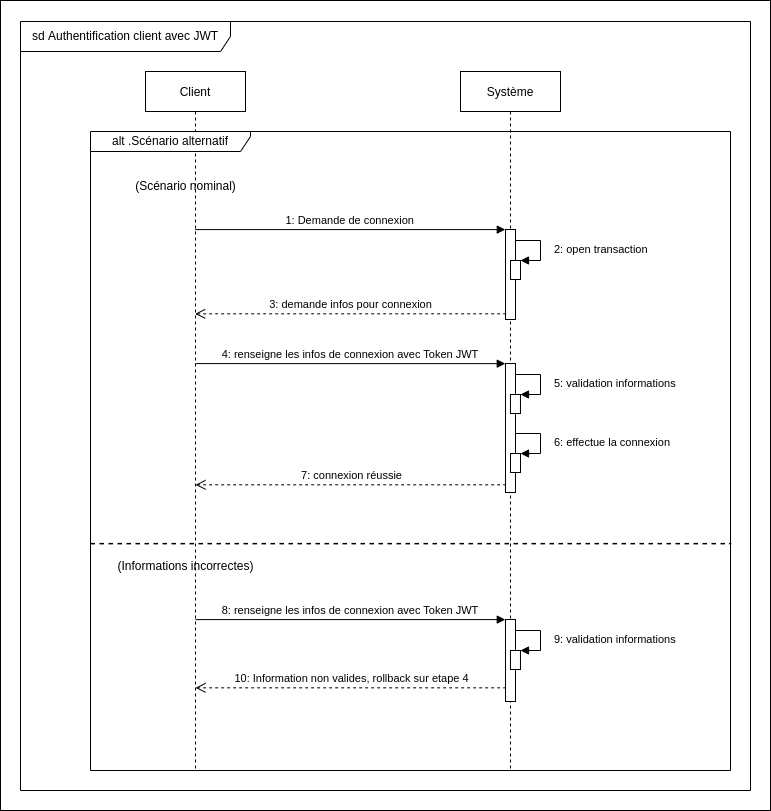
laurent-66/API-BileMo keeps this draw.io diagram as conception/Diagramme UML/Diag-séquences/Diag séq Authentification avec JWT.png. Above is the earlier version. Source tidied: cells renumbered, new cells last; positions are measured from the earlier drawing's top-left corner, leaving out a move shared by most shapes.
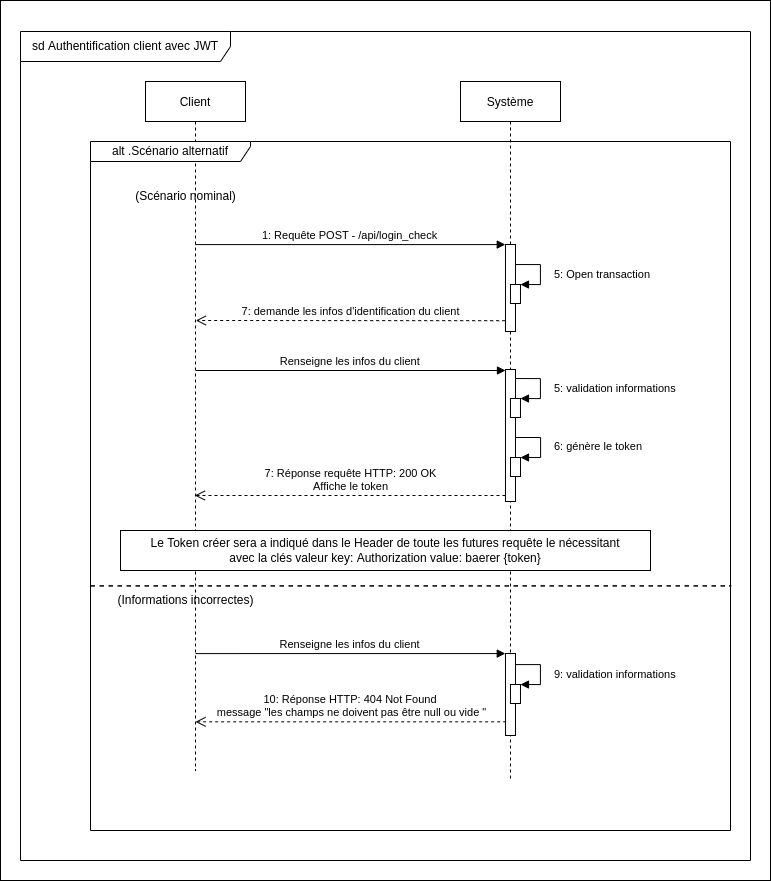
Above is the later version.

What changed in the source:
```diff
@@ -3,114 +3,120 @@
     <mxCell id="0" />
     <mxCell id="1" parent="0" />
     <mxCell id="2" style="rounded=0;whiteSpace=wrap;html=1;" parent="1" vertex="1">
-      <mxGeometry width="770" height="810" as="geometry" />
+      <mxGeometry y="-10" width="770" height="880" as="geometry" />
     </mxCell>
     <mxCell id="3" value="Client" style="shape=umlLifeline;perimeter=lifelinePerimeter;rounded=0;shadow=0;strokeWidth=1;" parent="1" vertex="1">
-      <mxGeometry x="145" y="71" width="100" height="700" as="geometry" />
+      <mxGeometry x="145" y="71" width="100" height="689" as="geometry" />
     </mxCell>
     <mxCell id="4" value="Système" style="shape=umlLifeline;perimeter=lifelinePerimeter;rounded=0;shadow=0;strokeWidth=1;" parent="1" vertex="1">
       <mxGeometry x="460" y="71" width="100" height="700" as="geometry" />
     </mxCell>
-    <mxCell id="5" style="points=[];perimeter=orthogonalPerimeter;rounded=0;shadow=0;strokeWidth=1;" parent="4" vertex="1">
-      <mxGeometry x="45" y="158" width="10" height="90" as="geometry" />
-    </mxCell>
-    <mxCell id="6" style="html=1;points=[];perimeter=orthogonalPerimeter;" parent="4" vertex="1">
-      <mxGeometry x="50" y="189" width="10" height="19" as="geometry" />
-    </mxCell>
-    <mxCell id="7" value="2: open transaction" style="edgeStyle=orthogonalEdgeStyle;html=1;align=left;spacingLeft=2;endArrow=block;rounded=0;entryX=1;entryY=0;" parent="4" edge="1" source="5" target="6">
-      <mxGeometry x="0.06" y="10" relative="1" as="geometry">
-        <Array as="points">
-          <mxPoint x="80" y="169" />
-          <mxPoint x="80" y="189" />
-        </Array>
-      </mxGeometry>
-    </mxCell>
+    <mxCell id="27" style="perimeter=orthogonalPerimeter;rounded=0;shadow=0;strokeWidth=1;" parent="4" vertex="1">
+      <mxGeometry x="45" y="288" width="10" height="132" as="geometry" />
+    </mxCell>
     <mxCell id="8" style="points=[];perimeter=orthogonalPerimeter;rounded=0;shadow=0;strokeWidth=1;" parent="4" vertex="1">
-      <mxGeometry x="45" y="292" width="10" height="129" as="geometry" />
+      <mxGeometry x="45" y="163" width="10" height="87" as="geometry" />
     </mxCell>
     <mxCell id="9" style="html=1;points=[];perimeter=orthogonalPerimeter;" parent="4" vertex="1">
-      <mxGeometry x="50" y="323" width="10" height="19" as="geometry" />
+      <mxGeometry x="50" y="317" width="10" height="19" as="geometry" />
     </mxCell>
-    <mxCell id="10" value="5: validation informations" style="edgeStyle=orthogonalEdgeStyle;html=1;align=left;spacingLeft=2;endArrow=block;rounded=0;entryX=1;entryY=0;" parent="4" edge="1" source="8" target="9">
+    <mxCell id="10" value="5: validation informations" style="edgeStyle=orthogonalEdgeStyle;html=1;align=left;spacingLeft=2;endArrow=block;rounded=0;entryX=1;entryY=0;" parent="4" edge="1" target="9">
       <mxGeometry x="0.06" y="10" relative="1" as="geometry">
+        <mxPoint x="55" y="297" as="sourcePoint" />
         <Array as="points">
-          <mxPoint x="80" y="303" />
-          <mxPoint x="80" y="323" />
+          <mxPoint x="80" y="297" />
+          <mxPoint x="80" y="317" />
         </Array>
       </mxGeometry>
     </mxCell>
-    <mxCell id="11" value="4: renseigne les infos de connexion avec Token JWT" style="verticalAlign=bottom;endArrow=block;shadow=0;strokeWidth=1;entryX=-0.02;entryY=0.001;entryDx=0;entryDy=0;entryPerimeter=0;" parent="4" edge="1" target="8">
+    <mxCell id="11" value="1: Requête POST - /api/login_check" style="verticalAlign=bottom;endArrow=block;shadow=0;strokeWidth=1;entryX=-0.02;entryY=0.001;entryDx=0;entryDy=0;entryPerimeter=0;" parent="4" edge="1" target="8">
       <mxGeometry relative="1" as="geometry">
-        <mxPoint x="-265" y="292.1" as="sourcePoint" />
+        <mxPoint x="-265" y="163.1" as="sourcePoint" />
       </mxGeometry>
     </mxCell>
-    <mxCell id="12" value="7: connexion réussie" style="html=1;verticalAlign=bottom;endArrow=open;dashed=1;endSize=8;rounded=0;exitX=0.067;exitY=0.937;exitDx=0;exitDy=0;exitPerimeter=0;" parent="4" edge="1">
-      <mxGeometry relative="1" as="geometry">
-        <mxPoint x="45.7" y="413.3" as="sourcePoint" />
-        <mxPoint x="-265" y="413.3" as="targetPoint" />
-      </mxGeometry>
-    </mxCell>
     <mxCell id="13" style="html=1;points=[];perimeter=orthogonalPerimeter;" parent="4" vertex="1">
-      <mxGeometry x="50" y="382" width="10" height="19" as="geometry" />
+      <mxGeometry x="50" y="376" width="10" height="19" as="geometry" />
     </mxCell>
-    <mxCell id="14" value="6: effectue la connexion" style="edgeStyle=orthogonalEdgeStyle;html=1;align=left;spacingLeft=2;endArrow=block;rounded=0;entryX=1;entryY=0;" parent="4" edge="1" target="13">
+    <mxCell id="14" value="6: génère le token" style="edgeStyle=orthogonalEdgeStyle;html=1;align=left;spacingLeft=2;endArrow=block;rounded=0;entryX=1;entryY=0;" parent="4" edge="1" target="13">
       <mxGeometry x="0.06" y="10" relative="1" as="geometry">
-        <mxPoint x="55" y="362" as="sourcePoint" />
+        <mxPoint x="55" y="356" as="sourcePoint" />
         <Array as="points">
-          <mxPoint x="80" y="362" />
-          <mxPoint x="80" y="382" />
+          <mxPoint x="80" y="356" />
+          <mxPoint x="80" y="376" />
         </Array>
       </mxGeometry>
     </mxCell>
     <mxCell id="15" style="points=[];perimeter=orthogonalPerimeter;rounded=0;shadow=0;strokeWidth=1;" parent="4" vertex="1">
-      <mxGeometry x="45" y="548" width="10" height="82" as="geometry" />
+      <mxGeometry x="45" y="572" width="10" height="82" as="geometry" />
     </mxCell>
     <mxCell id="16" style="html=1;points=[];perimeter=orthogonalPerimeter;" parent="4" vertex="1">
-      <mxGeometry x="50" y="579" width="10" height="19" as="geometry" />
+      <mxGeometry x="50" y="603" width="10" height="19" as="geometry" />
     </mxCell>
     <mxCell id="17" value="9: validation informations" style="edgeStyle=orthogonalEdgeStyle;html=1;align=left;spacingLeft=2;endArrow=block;rounded=0;entryX=1;entryY=0;" parent="4" edge="1" source="15" target="16">
       <mxGeometry x="0.06" y="10" relative="1" as="geometry">
         <Array as="points">
-          <mxPoint x="80" y="559" />
-          <mxPoint x="80" y="579" />
+          <mxPoint x="80" y="583" />
+          <mxPoint x="80" y="603" />
         </Array>
       </mxGeometry>
     </mxCell>
-    <mxCell id="18" value="8: renseigne les infos de connexion avec Token JWT" style="verticalAlign=bottom;endArrow=block;shadow=0;strokeWidth=1;entryX=-0.02;entryY=0.001;entryDx=0;entryDy=0;entryPerimeter=0;" parent="4" edge="1" target="15">
+    <mxCell id="18" value="Renseigne les infos du client" style="verticalAlign=bottom;endArrow=block;shadow=0;strokeWidth=1;entryX=-0.02;entryY=0.001;entryDx=0;entryDy=0;entryPerimeter=0;" parent="4" edge="1" target="15">
       <mxGeometry relative="1" as="geometry">
-        <mxPoint x="-265" y="548.1" as="sourcePoint" />
+        <mxPoint x="-265" y="572.1" as="sourcePoint" />
       </mxGeometry>
     </mxCell>
-    <mxCell id="19" value="10: Information non valides, rollback sur etape 4" style="html=1;verticalAlign=bottom;endArrow=open;dashed=1;endSize=8;rounded=0;exitX=0.067;exitY=0.937;exitDx=0;exitDy=0;exitPerimeter=0;" parent="4" edge="1">
+    <mxCell id="19" value="10: Réponse HTTP: 404 Not Found&amp;nbsp;&lt;br&gt;message &quot;les champs ne doivent pas être null ou vide &quot;" style="html=1;verticalAlign=bottom;endArrow=open;dashed=1;endSize=8;rounded=0;exitX=0.067;exitY=0.937;exitDx=0;exitDy=0;exitPerimeter=0;" parent="4" edge="1">
       <mxGeometry relative="1" as="geometry">
-        <mxPoint x="45.7" y="616.3" as="sourcePoint" />
-        <mxPoint x="-265" y="616.3" as="targetPoint" />
+        <mxPoint x="45.7" y="640.3" as="sourcePoint" />
+        <mxPoint x="-265" y="640.3" as="targetPoint" />
       </mxGeometry>
     </mxCell>
-    <mxCell id="20" value="1: Demande de connexion" style="verticalAlign=bottom;endArrow=block;shadow=0;strokeWidth=1;entryX=-0.02;entryY=0.001;entryDx=0;entryDy=0;entryPerimeter=0;" parent="1" edge="1" target="5">
-      <mxGeometry relative="1" as="geometry">
-        <mxPoint x="194.7" y="229.1" as="sourcePoint" />
-      </mxGeometry>
-    </mxCell>
-    <mxCell id="21" value="3: demande infos pour connexion" style="html=1;verticalAlign=bottom;endArrow=open;dashed=1;endSize=8;rounded=0;exitX=0.067;exitY=0.937;exitDx=0;exitDy=0;exitPerimeter=0;" parent="1" edge="1" source="5">
-      <mxGeometry relative="1" as="geometry">
-        <mxPoint x="194.7" y="313.3" as="targetPoint" />
-      </mxGeometry>
-    </mxCell>
     <mxCell id="22" value="alt .Scénario alternatif" style="shape=umlFrame;whiteSpace=wrap;html=1;width=160;height=20;" parent="1" vertex="1">
-      <mxGeometry x="90" y="131" width="640" height="639" as="geometry" />
+      <mxGeometry x="90" y="131" width="640" height="689" as="geometry" />
     </mxCell>
     <mxCell id="23" value="(Scénario nominal)" style="text;html=1;align=center;verticalAlign=middle;strokeColor=none;fillColor=none;" parent="1" vertex="1">
       <mxGeometry x="125" y="171" width="120" height="30" as="geometry" />
     </mxCell>
     <mxCell id="24" value="(Informations incorrectes)" style="text;html=1;align=center;verticalAlign=middle;strokeColor=none;fillColor=none;" parent="1" vertex="1">
-      <mxGeometry x="105" y="551" width="160" height="30" as="geometry" />
+      <mxGeometry x="105" y="575" width="160" height="30" as="geometry" />
     </mxCell>
     <mxCell id="25" style="endArrow=none;dashed=1;html=1;rounded=0;entryX=1.001;entryY=0.645;entryDx=0;entryDy=0;entryPerimeter=0;exitX=0;exitY=0.645;exitDx=0;exitDy=0;exitPerimeter=0;strokeWidth=1.5;" parent="1" edge="1" source="22" target="22">
       <mxGeometry relative="1" as="geometry" />
     </mxCell>
     <mxCell id="26" value="sd Authentification client avec JWT" style="shape=umlFrame;whiteSpace=wrap;html=1;width=210;height=30;" parent="1" vertex="1">
-      <mxGeometry x="20" y="21" width="730" height="769" as="geometry" />
+      <mxGeometry x="20" y="21" width="730" height="829" as="geometry" />
     </mxCell>
+    <mxCell id="12" value="7: Réponse requête HTTP: 200 OK&lt;br&gt;Affiche le token" style="html=1;verticalAlign=bottom;endArrow=open;dashed=1;endSize=8;rounded=0;exitX=0.067;exitY=0.937;exitDx=0;exitDy=0;exitPerimeter=0;" parent="1" edge="1">
+      <mxGeometry relative="1" as="geometry">
+        <mxPoint x="505" y="485" as="sourcePoint" />
+        <mxPoint x="194.3" y="485" as="targetPoint" />
+      </mxGeometry>
+    </mxCell>
+    <mxCell id="28" style="html=1;points=[];perimeter=orthogonalPerimeter;" parent="1" vertex="1">
+      <mxGeometry x="510" y="274" width="10" height="19" as="geometry" />
+    </mxCell>
+    <mxCell id="29" value="5: Open transaction" style="edgeStyle=orthogonalEdgeStyle;html=1;align=left;spacingLeft=2;endArrow=block;rounded=0;entryX=1;entryY=0;" parent="1" edge="1" target="28">
+      <mxGeometry x="0.06" y="10" relative="1" as="geometry">
+        <mxPoint x="515" y="254" as="sourcePoint" />
+        <Array as="points">
+          <mxPoint x="540" y="254" />
+          <mxPoint x="540" y="274" />
+        </Array>
+      </mxGeometry>
+    </mxCell>
+    <mxCell id="30" value="7: demande les infos d'identification du client" style="html=1;verticalAlign=bottom;endArrow=open;dashed=1;endSize=8;rounded=0;exitX=-0.029;exitY=0.876;exitDx=0;exitDy=0;exitPerimeter=0;" parent="1" edge="1" source="8">
+      <mxGeometry relative="1" as="geometry">
+        <mxPoint x="195.3" y="310" as="targetPoint" />
+      </mxGeometry>
+    </mxCell>
+    <mxCell id="31" value="Renseigne les infos du client" style="verticalAlign=bottom;endArrow=block;shadow=0;strokeWidth=1;entryX=-0.02;entryY=0.001;entryDx=0;entryDy=0;entryPerimeter=0;" parent="1" edge="1">
+      <mxGeometry relative="1" as="geometry">
+        <mxPoint x="195.2" y="360" as="sourcePoint" />
+        <mxPoint x="505" y="360" as="targetPoint" />
+      </mxGeometry>
+    </mxCell>
+    <mxCell id="32" value="Le Token créer sera a indiqué dans le Header de toute les futures requête le nécessitant&lt;br&gt;avec la clés valeur key: Authorization value: baerer {token}" style="rounded=0;whiteSpace=wrap;html=1;" parent="1" vertex="1">
+      <mxGeometry x="120" y="520" width="530" height="40" as="geometry" />
+    </mxCell>
   </root>
 </mxGraphModel>
```
